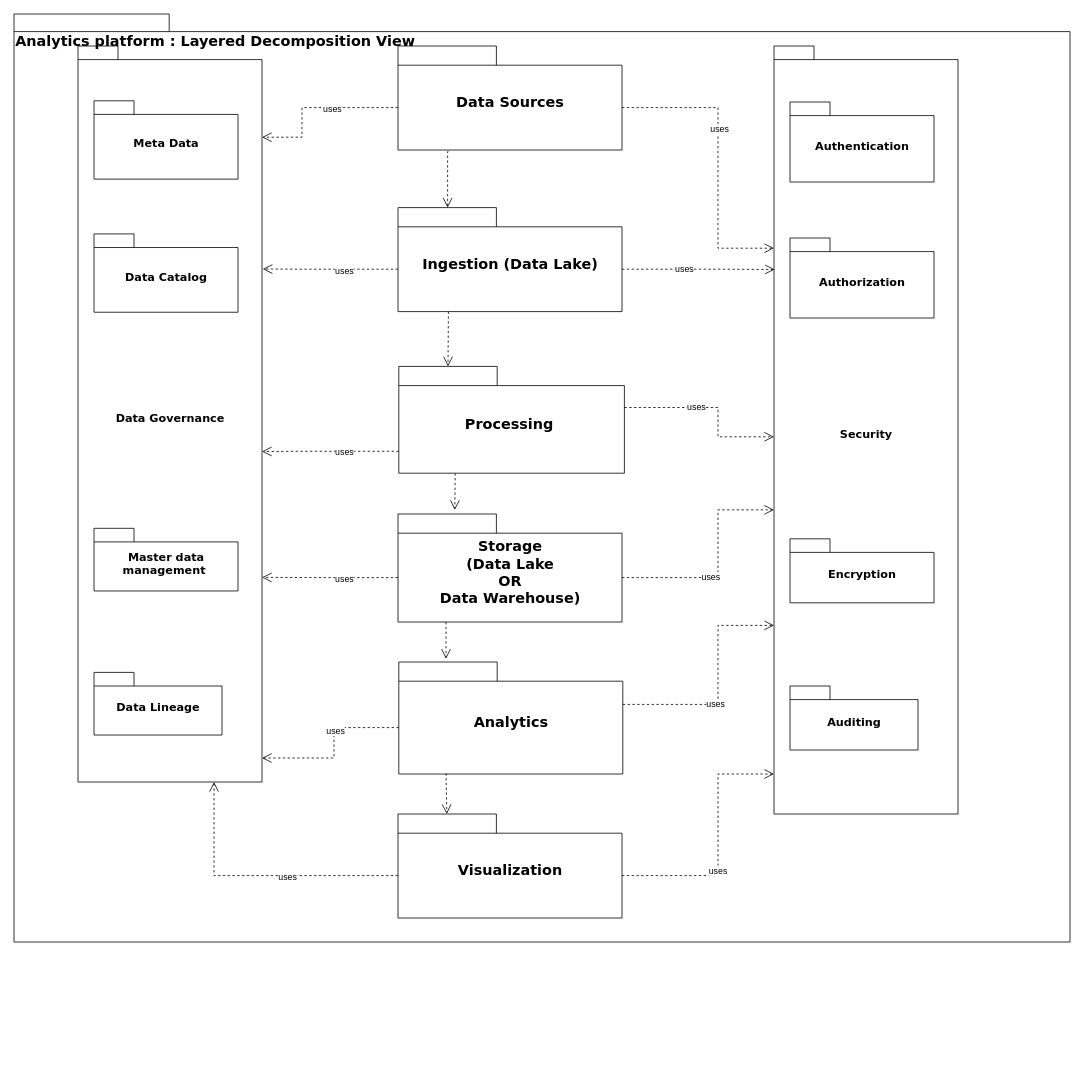
This is Capstone - TestGuru-Quizology.drawio from Swaraj-Bharti/softwarearchitectcert, a draw.io file, before an edit. Source tidied: cells renumbered, new cells numbered last; positions are measured from the earlier drawing's top-left corner, leaving out a move shared by most shapes. Both pictures are drawn from the tidied source at 80%, with x=0, y=0 at pixel (14, 14).
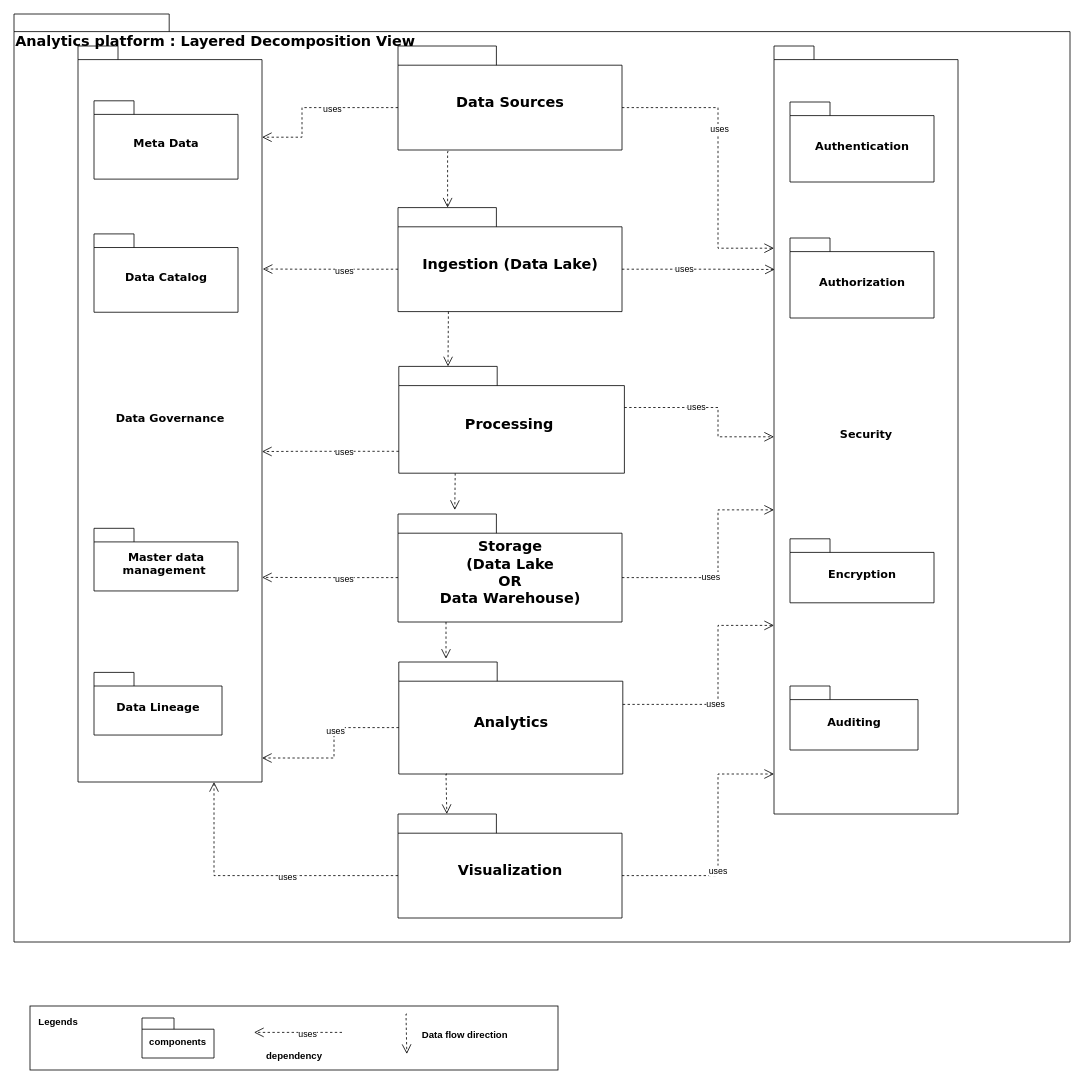
Above is the later version.

Diff of the diagram source:
```diff
@@
+    <mxCell id="61" style="rounded=0;whiteSpace=wrap;html=1;" parent="1" vertex="1">
+      <mxGeometry x="20" y="1240" width="660" height="80" as="geometry" />
+    </mxCell>
+    <mxCell id="62" value="components" style="shape=folder;fontStyle=1;spacingTop=10;tabWidth=40;tabHeight=14;tabPosition=left;html=1;whiteSpace=wrap;" parent="1" vertex="1">
+      <mxGeometry x="160" y="1255" width="90" height="50" as="geometry" />
+    </mxCell>
+    <mxCell id="63" value="Legends" style="text;align=center;fontStyle=1;verticalAlign=middle;spacingLeft=3;spacingRight=3;strokeColor=none;html=1;" parent="1" vertex="1">
+      <mxGeometry x="20" y="1250" width="70" height="20" as="geometry" />
+    </mxCell>
+    <mxCell id="64" style="rounded=0;html=1;dashed=1;labelBackgroundColor=none;startFill=0;endArrow=open;endFill=0;endSize=10;fontFamily=Verdana;fontSize=10;edgeStyle=elbowEdgeStyle;" parent="1" edge="1">
+      <mxGeometry relative="1" as="geometry">
+        <mxPoint x="410" y="1273" as="sourcePoint" />
+        <mxPoint x="300" y="1273" as="targetPoint" />
+        <Array as="points">
+          <mxPoint x="340" y="1280" />
+        </Array>
+      </mxGeometry>
+    </mxCell>
+    <mxCell id="65" value="uses" style="edgeLabel;html=1;align=center;verticalAlign=middle;" parent="64" vertex="1">
+      <mxGeometry x="-0.2" y="1" relative="1" as="geometry" />
+    </mxCell>
+    <mxCell id="66" value="dependency" style="text;align=center;fontStyle=1;verticalAlign=middle;spacingLeft=3;spacingRight=3;strokeColor=none;html=1;" parent="1" vertex="1">
+      <mxGeometry x="310" y="1290" width="80" height="26" as="geometry" />
+    </mxCell>
+    <mxCell id="67" style="edgeStyle=none;rounded=0;html=1;dashed=1;labelBackgroundColor=none;startFill=0;endArrow=open;endFill=0;endSize=10;fontFamily=Verdana;fontSize=10;" parent="1" edge="1">
+      <mxGeometry relative="1" as="geometry">
+        <mxPoint x="491" y="1250" as="sourcePoint" />
+        <mxPoint x="491" y="1300" as="targetPoint" />
+        <Array as="points">
+          <mxPoint x="490" y="1250" />
+        </Array>
+      </mxGeometry>
+    </mxCell>
+    <mxCell id="68" value="Data flow direction&amp;nbsp;" style="text;align=center;fontStyle=1;verticalAlign=middle;spacingLeft=3;spacingRight=3;strokeColor=none;html=1;" parent="1" vertex="1">
+      <mxGeometry x="500" y="1264" width="130" height="26" as="geometry" />
+    </mxCell>
```
